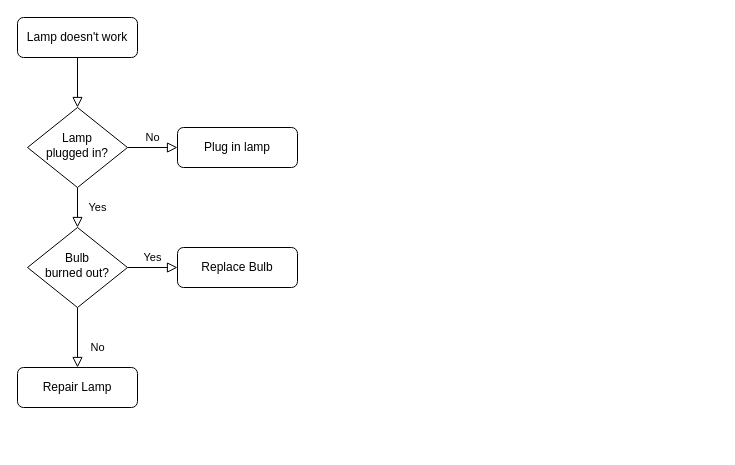
This is NexApp Auth.drawio from elbriga/asterisk-charts, a draw.io file, before an edit. Source tidied: cells renumbered, new cells numbered last; positions are measured from the earlier drawing's top-left corner, leaving out a move shared by most shapes. Both pictures are drawn from the tidied source at 100%, with x=0, y=0 at pixel (17, 17).
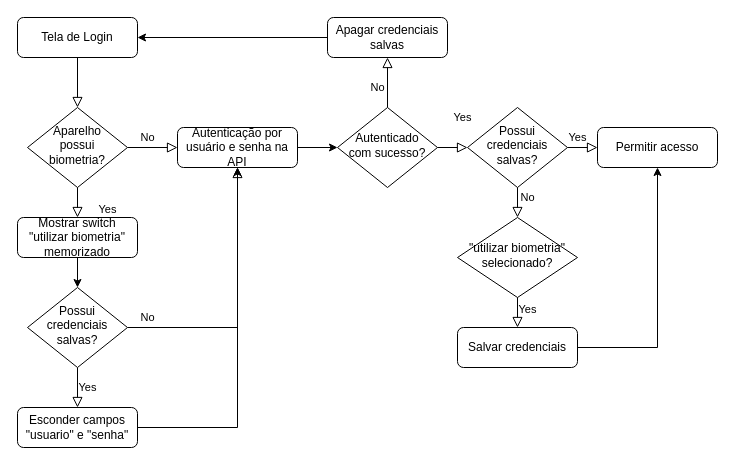
After the change.

Commit message:
Diagrama de tela de auth

Diff of the diagram source:
```diff
@@
-    <mxCell id="3" value="Lamp doesn't work" style="rounded=1;whiteSpace=wrap;html=1;fontSize=12;glass=0;strokeWidth=1;shadow=0;" parent="1" vertex="1">
+    <mxCell id="3" value="Tela de Login" style="rounded=1;whiteSpace=wrap;html=1;fontSize=12;glass=0;strokeWidth=1;shadow=0;" parent="1" vertex="1">
       <mxGeometry width="120" height="40" as="geometry" />
     </mxCell>
-    <mxCell id="4" value="Yes" style="rounded=0;html=1;jettySize=auto;fontSize=11;endArrow=block;endFill=0;endSize=8;strokeWidth=1;shadow=0;labelBackgroundColor=none;edgeStyle=orthogonalEdgeStyle;" parent="1" edge="1" source="6" target="10">
-      <mxGeometry y="20" relative="1" as="geometry" />
-    </mxCell>
     <mxCell id="5" value="No" style="edgeStyle=orthogonalEdgeStyle;rounded=0;html=1;jettySize=auto;fontSize=11;endArrow=block;endFill=0;endSize=8;strokeWidth=1;shadow=0;labelBackgroundColor=none;" parent="1" edge="1" source="6" target="7">
-      <mxGeometry y="10" relative="1" as="geometry" />
+      <mxGeometry x="-0.2" y="10" relative="1" as="geometry" />
     </mxCell>
-    <mxCell id="6" value="Lamp&lt;br&gt;plugged in?" style="rhombus;whiteSpace=wrap;html=1;shadow=0;fontFamily=Helvetica;fontSize=12;align=center;strokeWidth=1;spacing=6;spacingTop=-4;" parent="1" vertex="1">
+    <mxCell id="6" value="Aparelho&lt;br&gt;possui biometria?" style="rhombus;whiteSpace=wrap;html=1;shadow=0;fontFamily=Helvetica;fontSize=12;align=center;strokeWidth=1;spacing=6;spacingTop=-4;" parent="1" vertex="1">
       <mxGeometry x="10" y="90" width="100" height="80" as="geometry" />
     </mxCell>
-    <mxCell id="7" value="Plug in lamp" style="rounded=1;whiteSpace=wrap;html=1;fontSize=12;glass=0;strokeWidth=1;shadow=0;" parent="1" vertex="1">
+    <mxCell id="7" value="Autenticação por usuário e senha na API" style="rounded=1;whiteSpace=wrap;html=1;fontSize=12;glass=0;strokeWidth=1;shadow=0;" parent="1" vertex="1">
       <mxGeometry x="160" y="110" width="120" height="40" as="geometry" />
     </mxCell>
-    <mxCell id="8" value="No" style="rounded=0;html=1;jettySize=auto;fontSize=11;endArrow=block;endFill=0;endSize=8;strokeWidth=1;shadow=0;labelBackgroundColor=none;edgeStyle=orthogonalEdgeStyle;" parent="1" edge="1" source="10" target="11">
-      <mxGeometry x="0.33" y="20" relative="1" as="geometry" />
+    <mxCell id="8" value="No" style="rounded=0;html=1;jettySize=auto;fontSize=11;endArrow=block;endFill=0;endSize=8;strokeWidth=1;shadow=0;labelBackgroundColor=none;edgeStyle=orthogonalEdgeStyle;entryX=0.5;entryY=1;entryDx=0;entryDy=0;" parent="1" edge="1" source="10" target="7">
+      <mxGeometry x="-0.85" y="10" relative="1" as="geometry" />
     </mxCell>
@@
-    <mxCell id="10" value="Bulb&lt;br&gt;burned out?" style="rhombus;whiteSpace=wrap;html=1;shadow=0;fontFamily=Helvetica;fontSize=12;align=center;strokeWidth=1;spacing=6;spacingTop=-4;" parent="1" vertex="1">
-      <mxGeometry x="10" y="210" width="100" height="80" as="geometry" />
+    <mxCell id="10" value="Possui credenciais salvas?" style="rhombus;whiteSpace=wrap;html=1;shadow=0;fontFamily=Helvetica;fontSize=12;align=center;strokeWidth=1;spacing=6;spacingTop=-4;" parent="1" vertex="1">
+      <mxGeometry x="10" y="270" width="100" height="80" as="geometry" />
     </mxCell>
-    <mxCell id="11" value="Repair Lamp" style="rounded=1;whiteSpace=wrap;html=1;fontSize=12;glass=0;strokeWidth=1;shadow=0;" parent="1" vertex="1">
-      <mxGeometry y="350" width="120" height="40" as="geometry" />
+    <mxCell id="11" value="Apagar credenciais salvas" style="rounded=1;whiteSpace=wrap;html=1;fontSize=12;glass=0;strokeWidth=1;shadow=0;" parent="1" vertex="1">
+      <mxGeometry x="310" width="120" height="40" as="geometry" />
     </mxCell>
+    <mxCell id="13" style="edgeStyle=orthogonalEdgeStyle;rounded=0;jettySize=auto;html=1;exitX=1;exitY=0.5;exitDx=0;exitDy=0;" parent="1" edge="1" source="12" target="7">
+      <mxGeometry relative="1" as="geometry" />
+    </mxCell>
-    <mxCell id="12" value="Replace Bulb" style="rounded=1;whiteSpace=wrap;html=1;fontSize=12;glass=0;strokeWidth=1;shadow=0;" parent="1" vertex="1">
-      <mxGeometry x="160" y="230" width="120" height="40" as="geometry" />
+    <mxCell id="12" value="Esconder campos &quot;usuario&quot; e &quot;senha&quot;" style="rounded=1;whiteSpace=wrap;html=1;fontSize=12;glass=0;strokeWidth=1;shadow=0;" parent="1" vertex="1">
+      <mxGeometry y="390" width="120" height="40" as="geometry" />
     </mxCell>
+    <mxCell id="14" value="Mostrar switch &quot;utilizar biometria&quot; memorizado" style="rounded=1;whiteSpace=wrap;html=1;fontSize=12;glass=0;strokeWidth=1;shadow=0;" parent="1" vertex="1">
+      <mxGeometry y="200" width="120" height="40" as="geometry" />
+    </mxCell>
+    <mxCell id="15" value="Yes" style="edgeStyle=orthogonalEdgeStyle;rounded=0;html=1;jettySize=auto;fontSize=11;endArrow=block;endFill=0;endSize=8;strokeWidth=1;shadow=0;labelBackgroundColor=none;exitX=0.5;exitY=1;exitDx=0;exitDy=0;" parent="1" edge="1" source="6" target="14">
+      <mxGeometry x="0.67" y="30" relative="1" as="geometry" />
+    </mxCell>
+    <mxCell id="16" style="endArrow=classic;html=1;rounded=0;exitX=0.5;exitY=1;exitDx=0;exitDy=0;entryX=0.5;entryY=0;entryDx=0;entryDy=0;" parent="1" edge="1" source="14" target="10">
+      <mxGeometry relative="1" as="geometry" />
+    </mxCell>
+    <mxCell id="17" style="endArrow=classic;html=1;rounded=0;exitX=1;exitY=0.5;exitDx=0;exitDy=0;entryX=0;entryY=0.5;entryDx=0;entryDy=0;" parent="1" edge="1" source="7" target="18">
+      <mxGeometry relative="1" as="geometry" />
+    </mxCell>
+    <mxCell id="18" value="Autenticado&lt;br&gt;com sucesso?" style="rhombus;whiteSpace=wrap;html=1;shadow=0;fontFamily=Helvetica;fontSize=12;align=center;strokeWidth=1;spacing=6;spacingTop=-4;" parent="1" vertex="1">
+      <mxGeometry x="320" y="90" width="100" height="80" as="geometry" />
+    </mxCell>
+    <mxCell id="19" value="Possui credenciais salvas?" style="rhombus;whiteSpace=wrap;html=1;shadow=0;fontFamily=Helvetica;fontSize=12;align=center;strokeWidth=1;spacing=6;spacingTop=-4;" parent="1" vertex="1">
+      <mxGeometry x="450" y="90" width="100" height="80" as="geometry" />
+    </mxCell>
+    <mxCell id="20" value="Yes" style="edgeStyle=orthogonalEdgeStyle;rounded=0;html=1;jettySize=auto;fontSize=11;endArrow=block;endFill=0;endSize=8;strokeWidth=1;shadow=0;labelBackgroundColor=none;exitX=1;exitY=0.5;exitDx=0;exitDy=0;entryX=0;entryY=0.5;entryDx=0;entryDy=0;" parent="1" edge="1" source="18" target="19">
+      <mxGeometry x="0.67" y="30" relative="1" as="geometry" />
+    </mxCell>
+    <mxCell id="21" value="No" style="edgeStyle=orthogonalEdgeStyle;rounded=0;html=1;jettySize=auto;fontSize=11;endArrow=block;endFill=0;endSize=8;strokeWidth=1;shadow=0;labelBackgroundColor=none;exitX=0.5;exitY=0;exitDx=0;exitDy=0;entryX=0.5;entryY=1;entryDx=0;entryDy=0;" parent="1" edge="1" source="18" target="11">
+      <mxGeometry x="-0.2" y="10" relative="1" as="geometry" />
+    </mxCell>
+    <mxCell id="22" value="Salvar credenciais" style="rounded=1;whiteSpace=wrap;html=1;fontSize=12;glass=0;strokeWidth=1;shadow=0;" parent="1" vertex="1">
+      <mxGeometry x="440" y="310" width="120" height="40" as="geometry" />
+    </mxCell>
+    <mxCell id="23" value="&quot;utilizar biometria&quot; selecionado?" style="rhombus;whiteSpace=wrap;html=1;shadow=0;fontFamily=Helvetica;fontSize=12;align=center;strokeWidth=1;spacing=6;spacingTop=-4;" parent="1" vertex="1">
+      <mxGeometry x="440" y="200" width="120" height="80" as="geometry" />
+    </mxCell>
+    <mxCell id="24" value="No" style="edgeStyle=orthogonalEdgeStyle;rounded=0;html=1;jettySize=auto;fontSize=11;endArrow=block;endFill=0;endSize=8;strokeWidth=1;shadow=0;labelBackgroundColor=none;entryX=0.5;entryY=0;entryDx=0;entryDy=0;" parent="1" edge="1" source="19" target="23">
+      <mxGeometry x="0.2" y="10" relative="1" as="geometry" />
+    </mxCell>
+    <mxCell id="25" value="Yes" style="edgeStyle=orthogonalEdgeStyle;rounded=0;html=1;jettySize=auto;fontSize=11;endArrow=block;endFill=0;endSize=8;strokeWidth=1;shadow=0;labelBackgroundColor=none;exitX=0.5;exitY=1;exitDx=0;exitDy=0;entryX=0.5;entryY=0;entryDx=0;entryDy=0;" parent="1" edge="1" source="23" target="22">
+      <mxGeometry x="-0.2" y="10" relative="1" as="geometry" />
+    </mxCell>
+    <mxCell id="26" value="Yes" style="edgeStyle=orthogonalEdgeStyle;rounded=0;html=1;jettySize=auto;fontSize=11;endArrow=block;endFill=0;endSize=8;strokeWidth=1;shadow=0;labelBackgroundColor=none;exitX=1;exitY=0.5;exitDx=0;exitDy=0;entryX=0;entryY=0.5;entryDx=0;entryDy=0;" parent="1" edge="1" source="19" target="27">
+      <mxGeometry x="-0.33" y="10" relative="1" as="geometry" />
+    </mxCell>
+    <mxCell id="27" value="Permitir acesso" style="rounded=1;whiteSpace=wrap;html=1;fontSize=12;glass=0;strokeWidth=1;shadow=0;" parent="1" vertex="1">
+      <mxGeometry x="580" y="110" width="120" height="40" as="geometry" />
+    </mxCell>
+    <mxCell id="28" style="endArrow=classic;html=1;rounded=0;entryX=0.5;entryY=1;entryDx=0;entryDy=0;exitX=1;exitY=0.5;exitDx=0;exitDy=0;" parent="1" edge="1" source="22" target="27">
+      <mxGeometry relative="1" as="geometry">
+        <Array as="points">
+          <mxPoint x="640" y="330" />
+        </Array>
+      </mxGeometry>
+    </mxCell>
+    <mxCell id="29" style="endArrow=classic;html=1;rounded=0;exitX=0;exitY=0.5;exitDx=0;exitDy=0;entryX=1;entryY=0.5;entryDx=0;entryDy=0;" parent="1" edge="1" source="11" target="3">
+      <mxGeometry relative="1" as="geometry" />
+    </mxCell>
```
